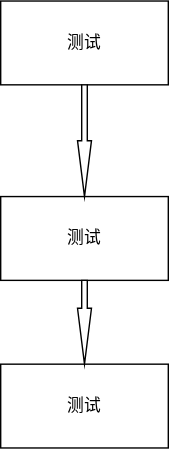
The draw.io diagram 金蝶云星空晶扬科技各部门工作流.drawio.svg in HaloBoys/Diagrams, before a commit. Source tidied: cells renumbered, new cells last; positions are measured from the earlier drawing's top-left corner, leaving out a move shared by most shapes.
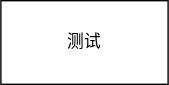
After the change.

Commit message:
更新金蝶云星空晶扬科技各部门工作流.drawio.svg

What changed in the source:
```diff
@@ -5,17 +5,5 @@
     <mxCell id="2" value="测试" style="rounded=0;whiteSpace=wrap;html=1;" parent="1" vertex="1">
       <mxGeometry width="120" height="60" as="geometry" />
     </mxCell>
-    <mxCell id="3" value="测试" style="rounded=0;whiteSpace=wrap;html=1;" parent="1" vertex="1">
-      <mxGeometry y="140" width="120" height="60" as="geometry" />
-    </mxCell>
-    <mxCell id="4" value="测试" style="rounded=0;whiteSpace=wrap;html=1;" parent="1" vertex="1">
-      <mxGeometry y="260" width="120" height="60" as="geometry" />
-    </mxCell>
-    <mxCell id="5" style="html=1;shadow=0;dashed=0;align=center;verticalAlign=middle;shape=mxgraph.arrows2.arrow;dy=0.6;dx=40;direction=south;notch=0;" parent="1" vertex="1">
-      <mxGeometry x="55" y="60" width="10" height="80" as="geometry" />
-    </mxCell>
-    <mxCell id="6" style="html=1;shadow=0;dashed=0;align=center;verticalAlign=middle;shape=mxgraph.arrows2.arrow;dy=0.6;dx=40;direction=south;notch=0;" parent="1" vertex="1">
-      <mxGeometry x="55" y="200" width="10" height="60" as="geometry" />
-    </mxCell>
   </root>
 </mxGraphModel>
```
